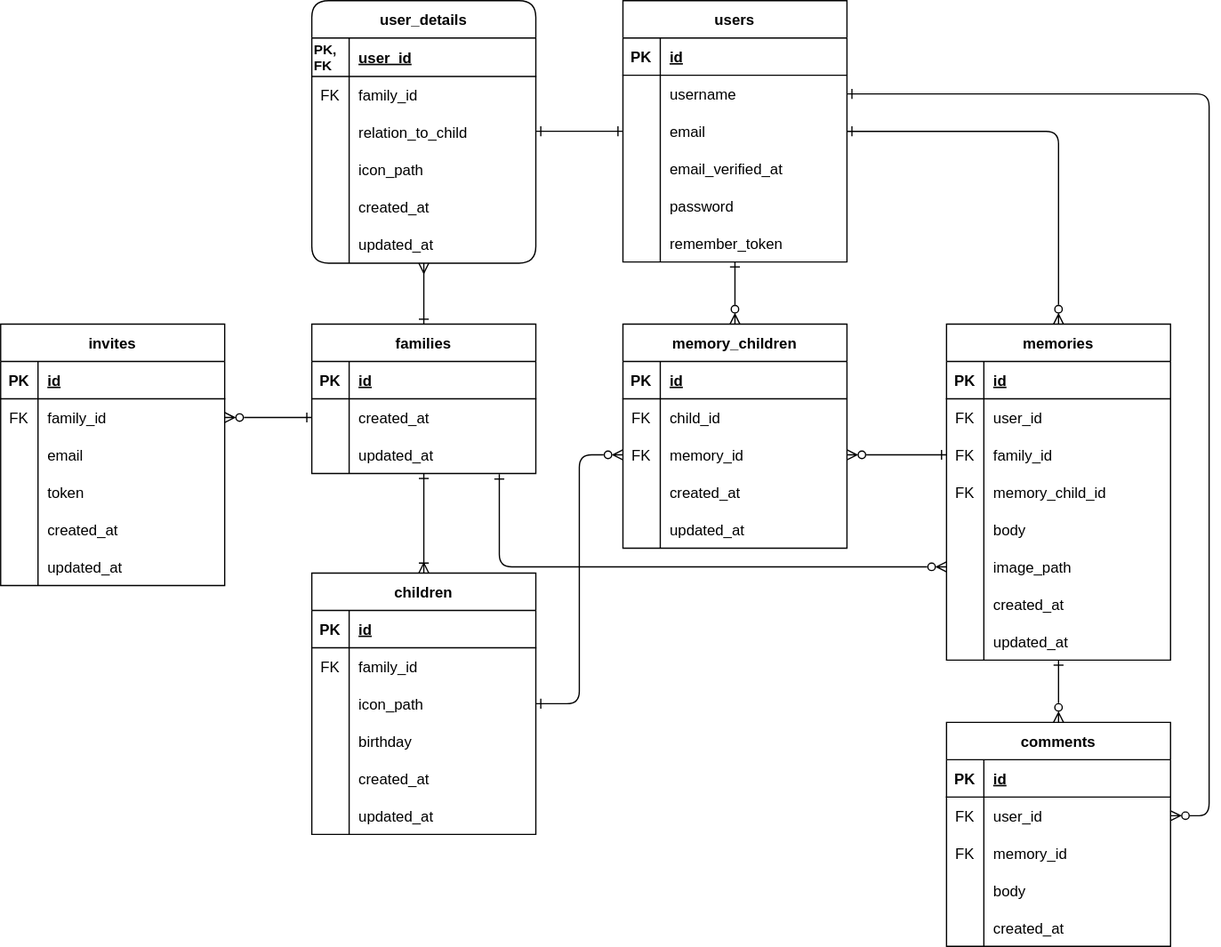
Earlier version of the draw.io export childhood_erd_01.svg (aonori0819/childhood). Source tidied: cells renumbered, new cells last; positions are measured from the earlier drawing's top-left corner, leaving out a move shared by most shapes.
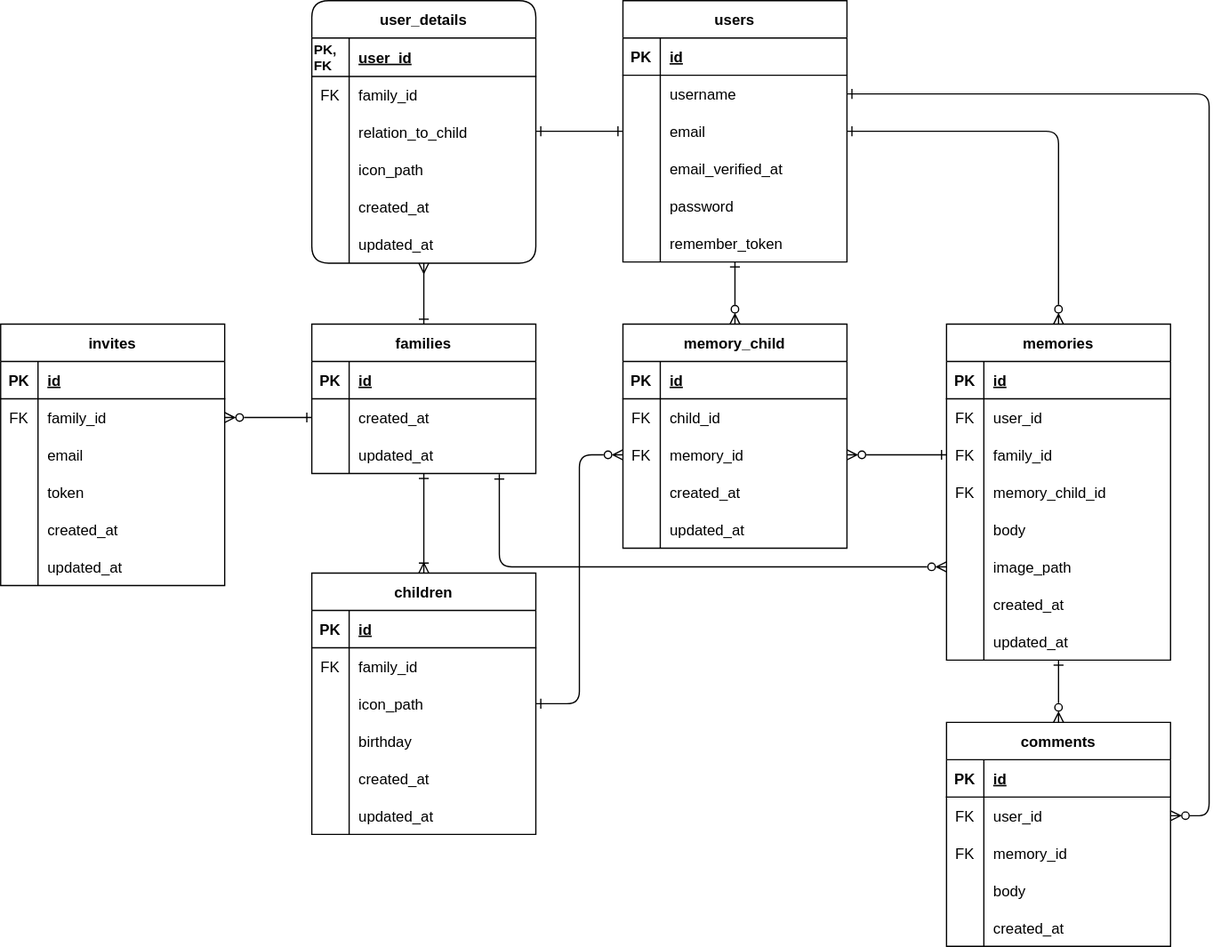
The same file after the commit.

Commit message:
中間テーブルの名前を単数形に修正(memory_child)

Diff of the diagram source:
```diff
@@ -415,7 +415,7 @@
     <mxCell id="136" style="rounded=1;jumpStyle=none;html=1;fontSize=11;fontColor=default;startArrow=ERzeroToMany;startFill=0;endArrow=ERone;endFill=0;strokeColor=default;strokeWidth=1;entryX=0;entryY=0.5;entryDx=0;entryDy=0;exitX=1;exitY=0.5;exitDx=0;exitDy=0;" parent="1" edge="1" source="144" target="78">
       <mxGeometry relative="1" as="geometry" />
     </mxCell>
-    <mxCell id="137" value="memory_children" style="shape=table;startSize=30;rowLines=0;fontStyle=1;align=center;strokeColor=default;" parent="1" vertex="1">
+    <mxCell id="137" value="memory_child" style="shape=table;startSize=30;rowLines=0;fontStyle=1;align=center;strokeColor=default;" parent="1" vertex="1">
       <mxGeometry x="500" y="260" width="180" height="180" as="geometry" />
     </mxCell>
     <mxCell id="138" style="shape=partialRectangle;fillColor=none;top=0;left=0;bottom=1;right=0;strokeColor=default;" parent="137" vertex="1">
```
